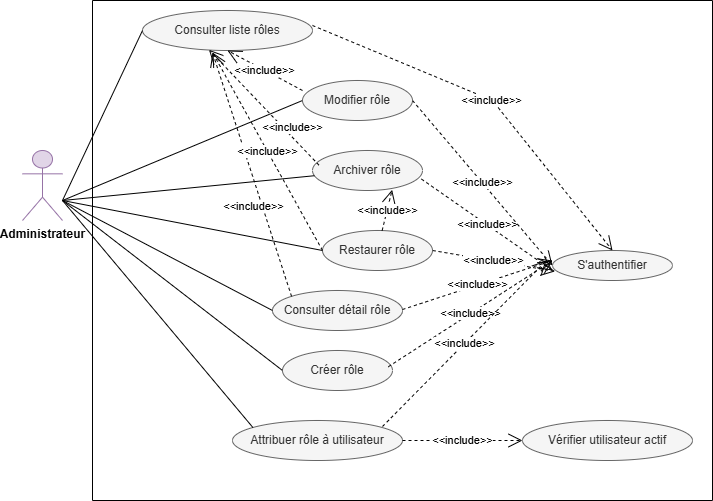
Earlier version of the draw.io export Images/diag cas d'utilisation role.drawio.png (rihab-dev/Rapport-PFE). Source tidied: cells renumbered, new cells last; positions are measured from the earlier drawing's top-left corner, leaving out a move shared by most shapes.
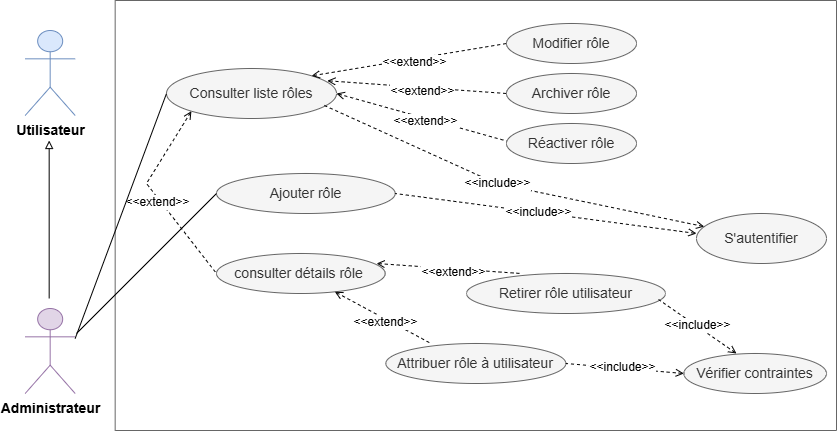
After the commit.

Commit message:
fixer les diag cas eya

What changed in the source:
```diff
@@ -2,134 +2,152 @@
   <root>
     <mxCell id="0" />
     <mxCell id="1" parent="0" />
-    <mxCell id="2" style="swimlane;startSize=0;" parent="1" vertex="1">
-      <mxGeometry x="70" width="620" height="500" as="geometry" />
-    </mxCell>
+    <mxCell id="33" style="swimlane;startSize=0;fillColor=#f5f5f5;strokeColor=#666666;fontColor=#333333;swimlaneFillColor=none;swimlaneLine=1;" parent="1" vertex="1">
+      <mxGeometry x="90" y="-158" width="721.3" height="430" as="geometry" />
+    </mxCell>
-    <mxCell id="3" value="&lt;span style=&quot;white-space-collapse: preserve;&quot;&gt;Consulter liste rôles&lt;/span&gt;" style="ellipse;whiteSpace=wrap;html=1;fillColor=#f5f5f5;strokeColor=#666666;fontColor=#333333;" parent="2" vertex="1">
-      <mxGeometry x="50" y="10" width="170" height="40" as="geometry" />
+    <mxCell id="3" value="&lt;font style=&quot;font-size: 14px;&quot;&gt;Consulter liste rôles&lt;/font&gt;" style="ellipse;whiteSpace=wrap;html=1;fillColor=#f5f5f5;fontColor=#333333;strokeColor=#666666;" parent="33" vertex="1">
+      <mxGeometry x="51.3" y="68" width="170" height="50" as="geometry" />
     </mxCell>
-    <mxCell id="4" value="&lt;span style=&quot;white-space-collapse: preserve;&quot;&gt;Créer rôle&lt;/span&gt;" style="ellipse;whiteSpace=wrap;html=1;fillColor=#f5f5f5;strokeColor=#666666;fontColor=#333333;" parent="2" vertex="1">
-      <mxGeometry x="190" y="350" width="110" height="40" as="geometry" />
-    </mxCell>
-    <mxCell id="5" style="endArrow=none;html=1;rounded=0;entryX=0;entryY=0.5;entryDx=0;entryDy=0;" parent="2" edge="1" target="3">
-      <mxGeometry relative="1" as="geometry">
-        <mxPoint x="-30" y="200" as="sourcePoint" />
-      </mxGeometry>
-    </mxCell>
-    <mxCell id="6" value="&lt;span style=&quot;white-space-collapse: preserve;&quot;&gt;S'authentifier&lt;/span&gt;" style="ellipse;whiteSpace=wrap;html=1;fillColor=#f5f5f5;strokeColor=#666666;fontColor=#333333;" parent="2" vertex="1">
-      <mxGeometry x="460" y="250" width="120" height="30" as="geometry" />
-    </mxCell>
+    <mxCell id="34" value="&lt;font style=&quot;font-size: 14px;&quot;&gt;S'autentifier&lt;/font&gt;" style="ellipse;whiteSpace=wrap;html=1;fillColor=#f5f5f5;fontColor=#333333;strokeColor=#666666;" parent="33" vertex="1">
+      <mxGeometry x="581.3" y="213" width="130" height="50" as="geometry" />
+    </mxCell>
+    <mxCell id="35" value="&lt;font style=&quot;font-size: 14px;&quot;&gt;Ajouter rôle&lt;/font&gt;" style="ellipse;whiteSpace=wrap;html=1;fillColor=#f5f5f5;fontColor=#333333;strokeColor=#666666;" parent="33" vertex="1">
+      <mxGeometry x="101.3" y="173" width="178.7" height="40" as="geometry" />
+    </mxCell>
-    <mxCell id="7" value="&lt;span style=&quot;white-space-collapse: preserve;&quot;&gt;Modifier rôle&lt;/span&gt;" style="ellipse;whiteSpace=wrap;html=1;fillColor=#f5f5f5;strokeColor=#666666;fontColor=#333333;" parent="2" vertex="1">
-      <mxGeometry x="210" y="80" width="110" height="40" as="geometry" />
+    <mxCell id="7" value="&lt;font style=&quot;font-size: 14px;&quot;&gt;Modifier rôle&lt;/font&gt;" style="ellipse;whiteSpace=wrap;html=1;fillColor=#f5f5f5;fontColor=#333333;strokeColor=#666666;" parent="33" vertex="1">
+      <mxGeometry x="391.3" y="23" width="130" height="40" as="geometry" />
     </mxCell>
-    <mxCell id="8" value="&lt;span style=&quot;white-space-collapse: preserve;&quot;&gt;Archiver rôle&lt;/span&gt;" style="ellipse;whiteSpace=wrap;html=1;fillColor=#f5f5f5;strokeColor=#666666;fontColor=#333333;" parent="2" vertex="1">
-      <mxGeometry x="220" y="150" width="110" height="40" as="geometry" />
+    <mxCell id="8" value="&lt;font style=&quot;font-size: 14px;&quot;&gt;Archiver rôle&lt;/font&gt;" style="ellipse;whiteSpace=wrap;html=1;fillColor=#f5f5f5;fontColor=#333333;strokeColor=#666666;" parent="33" vertex="1">
+      <mxGeometry x="391.3" y="73" width="130" height="40" as="geometry" />
     </mxCell>
-    <mxCell id="9" value="&lt;span style=&quot;white-space-collapse: preserve;&quot;&gt;Restaurer rôle&lt;/span&gt;" style="ellipse;whiteSpace=wrap;html=1;fillColor=#f5f5f5;strokeColor=#666666;fontColor=#333333;" parent="2" vertex="1">
-      <mxGeometry x="230" y="230" width="110" height="40" as="geometry" />
-    </mxCell>
-    <mxCell id="10" value="&amp;lt;&amp;lt;include&amp;gt;&amp;gt;" style="endArrow=open;endSize=12;dashed=1;html=1;rounded=0;entryX=0.724;entryY=0.983;entryDx=0;entryDy=0;entryPerimeter=0;" parent="2" edge="1" source="9" target="8">
-      <mxGeometry relative="1" as="geometry" />
-    </mxCell>
-    <mxCell id="11" value="Consulter détail rôle" style="ellipse;whiteSpace=wrap;html=1;fillColor=#f5f5f5;strokeColor=#666666;fontColor=#333333;" parent="2" vertex="1">
-      <mxGeometry x="180" y="290" width="130" height="40" as="geometry" />
-    </mxCell>
-    <mxCell id="12" value="&lt;span style=&quot;white-space-collapse: preserve;&quot;&gt;Attribuer rôle à utilisateur&lt;/span&gt;" style="ellipse;whiteSpace=wrap;html=1;fillColor=#f5f5f5;strokeColor=#666666;fontColor=#333333;" parent="2" vertex="1">
-      <mxGeometry x="140" y="420" width="170" height="40" as="geometry" />
+    <mxCell id="12" value="&lt;font style=&quot;font-size: 14px;&quot;&gt;Attribuer rôle à utilisateur&lt;/font&gt;" style="ellipse;whiteSpace=wrap;html=1;fillColor=#f5f5f5;fontColor=#333333;strokeColor=#666666;" parent="33" vertex="1">
+      <mxGeometry x="270.7" y="343" width="180" height="40" as="geometry" />
     </mxCell>
-    <mxCell id="13" value="&lt;p&gt;Vérifier utilisateur actif&lt;/p&gt;" style="ellipse;whiteSpace=wrap;html=1;fillColor=#f5f5f5;strokeColor=#666666;fontColor=#333333;" parent="2" vertex="1">
-      <mxGeometry x="430" y="420" width="170" height="40" as="geometry" />
-    </mxCell>
-    <mxCell id="14" value="&amp;lt;&amp;lt;include&amp;gt;&amp;gt;" style="endArrow=open;endSize=12;dashed=1;html=1;rounded=0;entryX=0;entryY=0.5;entryDx=0;entryDy=0;exitX=1;exitY=0.5;exitDx=0;exitDy=0;" parent="2" edge="1" source="12" target="13">
-      <mxGeometry relative="1" as="geometry" />
-    </mxCell>
-    <mxCell id="15" style="endArrow=none;html=1;rounded=0;entryX=0;entryY=0.5;entryDx=0;entryDy=0;" parent="2" edge="1" target="11">
-      <mxGeometry relative="1" as="geometry">
-        <mxPoint x="-30" y="200" as="sourcePoint" />
-      </mxGeometry>
-    </mxCell>
-    <mxCell id="16" style="endArrow=none;html=1;rounded=0;entryX=0.12;entryY=0.175;entryDx=0;entryDy=0;entryPerimeter=0;" parent="2" edge="1" target="12">
-      <mxGeometry relative="1" as="geometry">
-        <mxPoint x="-30" y="200" as="sourcePoint" />
-      </mxGeometry>
-    </mxCell>
-    <mxCell id="17" value="&amp;lt;&amp;lt;include&amp;gt;&amp;gt;" style="endArrow=open;endSize=12;dashed=1;html=1;rounded=0;entryX=0.5;entryY=1;entryDx=0;entryDy=0;" parent="2" edge="1" target="3">
-      <mxGeometry relative="1" as="geometry">
-        <mxPoint x="210" y="90" as="sourcePoint" />
-      </mxGeometry>
-    </mxCell>
-    <mxCell id="18" value="&amp;lt;&amp;lt;include&amp;gt;&amp;gt;" style="endArrow=open;endSize=12;dashed=1;html=1;rounded=0;entryX=0.391;entryY=0.983;entryDx=0;entryDy=0;entryPerimeter=0;exitX=0.059;exitY=0.367;exitDx=0;exitDy=0;exitPerimeter=0;" parent="2" edge="1" source="8" target="3">
-      <mxGeometry x="-0.42" y="-7" relative="1" as="geometry" />
-    </mxCell>
-    <mxCell id="19" value="&amp;lt;&amp;lt;include&amp;gt;&amp;gt;" style="endArrow=open;endSize=12;dashed=1;html=1;rounded=0;exitX=0;exitY=0;exitDx=0;exitDy=0;" parent="2" edge="1" source="11">
-      <mxGeometry x="-0.24" y="9" relative="1" as="geometry">
-        <mxPoint x="120" y="52" as="targetPoint" />
-      </mxGeometry>
-    </mxCell>
-    <mxCell id="20" value="&amp;lt;&amp;lt;include&amp;gt;&amp;gt;" style="endArrow=open;endSize=12;dashed=1;html=1;rounded=0;entryX=0.022;entryY=0.695;entryDx=0;entryDy=0;entryPerimeter=0;exitX=1;exitY=0.5;exitDx=0;exitDy=0;" parent="2" edge="1" source="9" target="6">
-      <mxGeometry relative="1" as="geometry" />
-    </mxCell>
-    <mxCell id="21" value="&amp;lt;&amp;lt;include&amp;gt;&amp;gt;" style="endArrow=open;endSize=12;dashed=1;html=1;rounded=0;exitX=0.99;exitY=0.713;exitDx=0;exitDy=0;exitPerimeter=0;" parent="2" edge="1" source="8">
-      <mxGeometry relative="1" as="geometry">
-        <mxPoint x="460" y="270" as="targetPoint" />
-      </mxGeometry>
-    </mxCell>
-    <mxCell id="22" value="&amp;lt;&amp;lt;include&amp;gt;&amp;gt;" style="endArrow=open;endSize=12;dashed=1;html=1;rounded=0;entryX=0;entryY=0.5;entryDx=0;entryDy=0;exitX=1;exitY=0.5;exitDx=0;exitDy=0;" parent="2" edge="1" source="7" target="6">
-      <mxGeometry relative="1" as="geometry" />
-    </mxCell>
-    <mxCell id="23" value="&amp;lt;&amp;lt;include&amp;gt;&amp;gt;" style="endArrow=open;endSize=12;dashed=1;html=1;rounded=0;exitX=1;exitY=0.5;exitDx=0;exitDy=0;" parent="2" edge="1">
-      <mxGeometry relative="1" as="geometry">
-        <mxPoint x="310" y="309" as="sourcePoint" />
-        <mxPoint x="460" y="260" as="targetPoint" />
-      </mxGeometry>
-    </mxCell>
-    <mxCell id="24" value="&amp;lt;&amp;lt;include&amp;gt;&amp;gt;" style="endArrow=open;endSize=12;dashed=1;html=1;rounded=0;exitX=0.962;exitY=0.406;exitDx=0;exitDy=0;exitPerimeter=0;" parent="2" edge="1" source="4">
-      <mxGeometry relative="1" as="geometry">
-        <mxPoint x="460" y="260" as="targetPoint" />
-      </mxGeometry>
-    </mxCell>
-    <mxCell id="25" value="&amp;lt;&amp;lt;include&amp;gt;&amp;gt;" style="endArrow=open;endSize=12;dashed=1;html=1;rounded=0;exitX=0.962;exitY=0.406;exitDx=0;exitDy=0;exitPerimeter=0;" parent="2" edge="1">
-      <mxGeometry relative="1" as="geometry">
-        <mxPoint x="290" y="426" as="sourcePoint" />
-        <mxPoint x="454" y="260" as="targetPoint" />
-      </mxGeometry>
-    </mxCell>
-    <mxCell id="26" value="&amp;lt;&amp;lt;include&amp;gt;&amp;gt;" style="endArrow=open;endSize=12;dashed=1;html=1;rounded=0;exitX=0;exitY=0;exitDx=0;exitDy=0;" parent="2" edge="1">
-      <mxGeometry relative="1" as="geometry">
-        <mxPoint x="230" y="250" as="sourcePoint" />
-        <mxPoint x="120" y="52" as="targetPoint" />
-      </mxGeometry>
-    </mxCell>
-    <mxCell id="27" value="&amp;lt;&amp;lt;include&amp;gt;&amp;gt;" style="endArrow=open;endSize=12;dashed=1;html=1;rounded=0;entryX=0.5;entryY=0;entryDx=0;entryDy=0;exitX=1;exitY=0.5;exitDx=0;exitDy=0;" parent="2" edge="1" target="6">
-      <mxGeometry relative="1" as="geometry">
-        <mxPoint x="220" y="25" as="sourcePoint" />
-        <Array as="points">
-          <mxPoint x="400" y="100" />
-        </Array>
-      </mxGeometry>
-    </mxCell>
+    <mxCell id="36" value="&lt;span style=&quot;font-size: 14px;&quot;&gt;Réactiver rôle&lt;/span&gt;" style="ellipse;whiteSpace=wrap;html=1;fillColor=#f5f5f5;fontColor=#333333;strokeColor=#666666;" parent="33" vertex="1">
+      <mxGeometry x="391.3" y="123" width="130" height="40" as="geometry" />
+    </mxCell>
+    <mxCell id="37" value="&lt;span style=&quot;font-size: 14px;&quot;&gt;consulter détails&amp;nbsp;&lt;/span&gt;&lt;span style=&quot;font-size: 14px;&quot;&gt;rôle&lt;/span&gt;&lt;span style=&quot;font-size: 14px;&quot;&gt;&amp;nbsp;&lt;/span&gt;" style="ellipse;whiteSpace=wrap;html=1;fillColor=#f5f5f5;fontColor=#333333;strokeColor=#666666;" parent="33" vertex="1">
+      <mxGeometry x="101.3" y="253" width="168.7" height="40" as="geometry" />
+    </mxCell>
+    <mxCell id="38" style="endArrow=none;dashed=1;html=1;rounded=0;startArrow=open;startFill=0;entryX=0.916;entryY=0.72;entryDx=0;entryDy=0;entryPerimeter=0;" parent="33" edge="1" source="34" target="3">
+      <mxGeometry relative="1" as="geometry">
+        <Array as="points">
+          <mxPoint x="381.3" y="183" />
+        </Array>
+      </mxGeometry>
+    </mxCell>
+    <mxCell id="39" value="&lt;font style=&quot;font-size: 12px;&quot;&gt;&amp;lt;&amp;lt;include&amp;gt;&amp;gt;&lt;/font&gt;" style="edgeLabel;html=1;align=center;verticalAlign=middle;" parent="38" vertex="1">
+      <mxGeometry x="0.05" y="-2" relative="1" as="geometry">
+        <mxPoint y="1" as="offset" />
+      </mxGeometry>
+    </mxCell>
+    <mxCell id="40" style="endArrow=none;dashed=1;html=1;rounded=0;startArrow=open;startFill=0;entryX=0;entryY=0.5;entryDx=0;entryDy=0;exitX=0.946;exitY=0.245;exitDx=0;exitDy=0;exitPerimeter=0;" parent="33" edge="1" source="3" target="8">
+      <mxGeometry relative="1" as="geometry" />
+    </mxCell>
+    <mxCell id="41" value="&lt;font style=&quot;font-size: 12px;&quot;&gt;&amp;lt;&amp;lt;extend&amp;gt;&amp;gt;&lt;/font&gt;" style="edgeLabel;html=1;align=center;verticalAlign=middle;" parent="40" vertex="1">
+      <mxGeometry x="0.05" y="-2" relative="1" as="geometry">
+        <mxPoint y="1" as="offset" />
+      </mxGeometry>
+    </mxCell>
+    <mxCell id="42" style="endArrow=none;dashed=1;html=1;rounded=0;startArrow=open;startFill=0;entryX=0;entryY=0.5;entryDx=0;entryDy=0;exitX=1;exitY=0;exitDx=0;exitDy=0;" parent="33" edge="1" source="3" target="7">
+      <mxGeometry relative="1" as="geometry" />
+    </mxCell>
+    <mxCell id="43" value="&lt;font style=&quot;font-size: 12px;&quot;&gt;&amp;lt;&amp;lt;extend&amp;gt;&amp;gt;&lt;/font&gt;" style="edgeLabel;html=1;align=center;verticalAlign=middle;" parent="42" vertex="1">
+      <mxGeometry x="0.05" y="-2" relative="1" as="geometry">
+        <mxPoint y="1" as="offset" />
+      </mxGeometry>
+    </mxCell>
+    <mxCell id="44" style="endArrow=none;dashed=1;html=1;rounded=0;startArrow=open;startFill=0;exitX=1;exitY=0.5;exitDx=0;exitDy=0;" parent="33" edge="1" source="3">
+      <mxGeometry relative="1" as="geometry">
+        <mxPoint x="391.3" y="140.5" as="targetPoint" />
+      </mxGeometry>
+    </mxCell>
+    <mxCell id="45" value="&lt;font style=&quot;font-size: 12px;&quot;&gt;&amp;lt;&amp;lt;extend&amp;gt;&amp;gt;&lt;/font&gt;" style="edgeLabel;html=1;align=center;verticalAlign=middle;" parent="44" vertex="1">
+      <mxGeometry x="0.05" y="-2" relative="1" as="geometry">
+        <mxPoint y="1" as="offset" />
+      </mxGeometry>
+    </mxCell>
+    <mxCell id="46" style="endArrow=none;dashed=1;html=1;rounded=0;startArrow=open;startFill=0;entryX=0.251;entryY=0;entryDx=0;entryDy=0;entryPerimeter=0;" parent="33" edge="1" source="37" target="12">
+      <mxGeometry relative="1" as="geometry" />
+    </mxCell>
+    <mxCell id="47" value="&lt;font style=&quot;font-size: 12px;&quot;&gt;&amp;lt;&amp;lt;extend&amp;gt;&amp;gt;&lt;/font&gt;" style="edgeLabel;html=1;align=center;verticalAlign=middle;" parent="46" vertex="1">
+      <mxGeometry x="0.05" y="-2" relative="1" as="geometry">
+        <mxPoint y="1" as="offset" />
+      </mxGeometry>
+    </mxCell>
+    <mxCell id="48" value="&lt;font style=&quot;font-size: 14px;&quot;&gt;Retirer rôle utilisateur&lt;/font&gt;" style="ellipse;whiteSpace=wrap;html=1;fillColor=#f5f5f5;fontColor=#333333;strokeColor=#666666;" parent="33" vertex="1">
+      <mxGeometry x="351.3" y="273" width="199" height="40" as="geometry" />
+    </mxCell>
+    <mxCell id="49" style="endArrow=none;dashed=1;html=1;rounded=0;startArrow=open;startFill=0;exitX=0.949;exitY=0.25;exitDx=0;exitDy=0;exitPerimeter=0;entryX=0.274;entryY=0;entryDx=0;entryDy=0;entryPerimeter=0;" parent="33" edge="1" source="37" target="48">
+      <mxGeometry relative="1" as="geometry" />
+    </mxCell>
+    <mxCell id="50" value="&lt;font style=&quot;font-size: 12px;&quot;&gt;&amp;lt;&amp;lt;extend&amp;gt;&amp;gt;&lt;/font&gt;" style="edgeLabel;html=1;align=center;verticalAlign=middle;" parent="49" vertex="1">
+      <mxGeometry x="0.05" y="-2" relative="1" as="geometry">
+        <mxPoint y="1" as="offset" />
+      </mxGeometry>
+    </mxCell>
+    <mxCell id="51" value="&lt;font style=&quot;font-size: 14px;&quot;&gt;Vérifier contraintes&lt;/font&gt;" style="ellipse;whiteSpace=wrap;html=1;fillColor=#f5f5f5;fontColor=#333333;strokeColor=#666666;" parent="33" vertex="1">
+      <mxGeometry x="568.7" y="353" width="142.7" height="40" as="geometry" />
+    </mxCell>
+    <mxCell id="52" style="endArrow=none;dashed=1;html=1;rounded=0;startArrow=open;startFill=0;entryX=1;entryY=0.5;entryDx=0;entryDy=0;exitX=0;exitY=0.5;exitDx=0;exitDy=0;" parent="33" edge="1" source="51" target="12">
+      <mxGeometry relative="1" as="geometry" />
+    </mxCell>
+    <mxCell id="53" value="&lt;font style=&quot;font-size: 12px;&quot;&gt;&amp;lt;&amp;lt;include&amp;gt;&amp;gt;&lt;/font&gt;" style="edgeLabel;html=1;align=center;verticalAlign=middle;" parent="52" vertex="1">
+      <mxGeometry x="0.05" y="-2" relative="1" as="geometry">
+        <mxPoint y="1" as="offset" />
+      </mxGeometry>
+    </mxCell>
+    <mxCell id="54" style="endArrow=none;dashed=1;html=1;rounded=0;startArrow=open;startFill=0;entryX=1;entryY=0.5;entryDx=0;entryDy=0;" parent="33" edge="1" target="35">
+      <mxGeometry relative="1" as="geometry">
+        <mxPoint x="581.3" y="233" as="sourcePoint" />
+      </mxGeometry>
+    </mxCell>
+    <mxCell id="55" value="&lt;font style=&quot;font-size: 12px;&quot;&gt;&amp;lt;&amp;lt;include&amp;gt;&amp;gt;&lt;/font&gt;" style="edgeLabel;html=1;align=center;verticalAlign=middle;" parent="54" vertex="1">
+      <mxGeometry x="0.05" y="-2" relative="1" as="geometry">
+        <mxPoint y="1" as="offset" />
+      </mxGeometry>
+    </mxCell>
+    <mxCell id="56" style="endArrow=none;dashed=1;html=1;rounded=0;startArrow=open;startFill=0;exitX=0;exitY=1;exitDx=0;exitDy=0;entryX=0;entryY=0.5;entryDx=0;entryDy=0;" parent="33" edge="1" source="3" target="37">
+      <mxGeometry relative="1" as="geometry">
+        <Array as="points">
+          <mxPoint x="31.3" y="183" />
+        </Array>
+      </mxGeometry>
+    </mxCell>
+    <mxCell id="57" value="&lt;font style=&quot;font-size: 12px;&quot;&gt;&amp;lt;&amp;lt;extend&amp;gt;&amp;gt;&lt;/font&gt;" style="edgeLabel;html=1;align=center;verticalAlign=middle;" parent="56" vertex="1">
+      <mxGeometry x="0.05" y="-2" relative="1" as="geometry">
+        <mxPoint y="1" as="offset" />
+      </mxGeometry>
+    </mxCell>
+    <mxCell id="58" value="&lt;font style=&quot;font-size: 14px;&quot;&gt;&lt;b style=&quot;&quot;&gt;Utilisateur&lt;/b&gt;&lt;/font&gt;" style="shape=umlActor;verticalLabelPosition=bottom;verticalAlign=top;html=1;fillColor=#dae8fc;strokeColor=#6c8ebf;" parent="1" vertex="1">
+      <mxGeometry y="-128" width="50" height="85" as="geometry" />
+    </mxCell>
-    <mxCell id="28" value="&lt;b&gt;Administrateur&lt;/b&gt;" style="shape=umlActor;verticalLabelPosition=bottom;verticalAlign=top;html=1;outlineConnect=0;fillColor=#e1d5e7;strokeColor=#9673a6;" parent="1" vertex="1">
-      <mxGeometry y="150" width="40" height="70" as="geometry" />
+    <mxCell id="28" value="&lt;font style=&quot;font-size: 14px;&quot;&gt;&lt;b style=&quot;&quot;&gt;Administrateur&lt;/b&gt;&lt;/font&gt;" style="shape=umlActor;verticalLabelPosition=bottom;verticalAlign=top;html=1;outlineConnect=0;fillColor=#e1d5e7;strokeColor=#9673a6;" parent="1" vertex="1">
+      <mxGeometry y="150" width="50" height="85" as="geometry" />
     </mxCell>
-    <mxCell id="29" style="endArrow=none;html=1;rounded=0;entryX=0;entryY=0.5;entryDx=0;entryDy=0;" parent="1" edge="1" target="4">
-      <mxGeometry relative="1" as="geometry">
-        <mxPoint x="40" y="200" as="sourcePoint" />
-      </mxGeometry>
-    </mxCell>
-    <mxCell id="30" style="endArrow=none;html=1;rounded=0;entryX=0;entryY=0.5;entryDx=0;entryDy=0;" parent="1" edge="1" target="7">
-      <mxGeometry relative="1" as="geometry">
-        <mxPoint x="40" y="200" as="sourcePoint" />
-      </mxGeometry>
-    </mxCell>
-    <mxCell id="31" style="endArrow=none;html=1;rounded=0;" parent="1" edge="1" target="8">
-      <mxGeometry relative="1" as="geometry">
-        <mxPoint x="40" y="200" as="sourcePoint" />
-      </mxGeometry>
-    </mxCell>
-    <mxCell id="32" style="endArrow=none;html=1;rounded=0;entryX=0;entryY=0.5;entryDx=0;entryDy=0;" parent="1" edge="1" target="9">
-      <mxGeometry relative="1" as="geometry">
-        <mxPoint x="40" y="200" as="sourcePoint" />
-      </mxGeometry>
-    </mxCell>
+    <mxCell id="59" style="edgeStyle=orthogonalEdgeStyle;rounded=0;orthogonalLoop=1;jettySize=auto;html=1;endArrow=block;endFill=0;" parent="1" edge="1">
+      <mxGeometry relative="1" as="geometry">
+        <mxPoint x="24" y="140" as="sourcePoint" />
+        <mxPoint x="24" y="-18" as="targetPoint" />
+      </mxGeometry>
+    </mxCell>
+    <mxCell id="60" style="endArrow=none;html=1;rounded=0;entryX=0;entryY=0.5;entryDx=0;entryDy=0;endFill=0;exitX=1;exitY=0.353;exitDx=0;exitDy=0;exitPerimeter=0;" parent="1" edge="1" source="28" target="3">
+      <mxGeometry relative="1" as="geometry" />
+    </mxCell>
+    <mxCell id="61" style="endArrow=none;html=1;rounded=0;entryX=0;entryY=0.5;entryDx=0;entryDy=0;endFill=0;" parent="1" edge="1" target="35">
+      <mxGeometry relative="1" as="geometry">
+        <mxPoint x="51.3" y="175" as="sourcePoint" />
+      </mxGeometry>
+    </mxCell>
+    <mxCell id="62" style="endArrow=none;dashed=1;html=1;rounded=0;startArrow=open;startFill=0;entryX=0.965;entryY=0.65;entryDx=0;entryDy=0;entryPerimeter=0;" parent="1" edge="1" target="48">
+      <mxGeometry relative="1" as="geometry">
+        <mxPoint x="711.3" y="195" as="sourcePoint" />
+      </mxGeometry>
+    </mxCell>
+    <mxCell id="63" value="&lt;font style=&quot;font-size: 12px;&quot;&gt;&amp;lt;&amp;lt;include&amp;gt;&amp;gt;&lt;/font&gt;" style="edgeLabel;html=1;align=center;verticalAlign=middle;" parent="62" vertex="1">
+      <mxGeometry x="0.05" y="-2" relative="1" as="geometry">
+        <mxPoint y="1" as="offset" />
+      </mxGeometry>
+    </mxCell>
   </root>
 </mxGraphModel>
```
